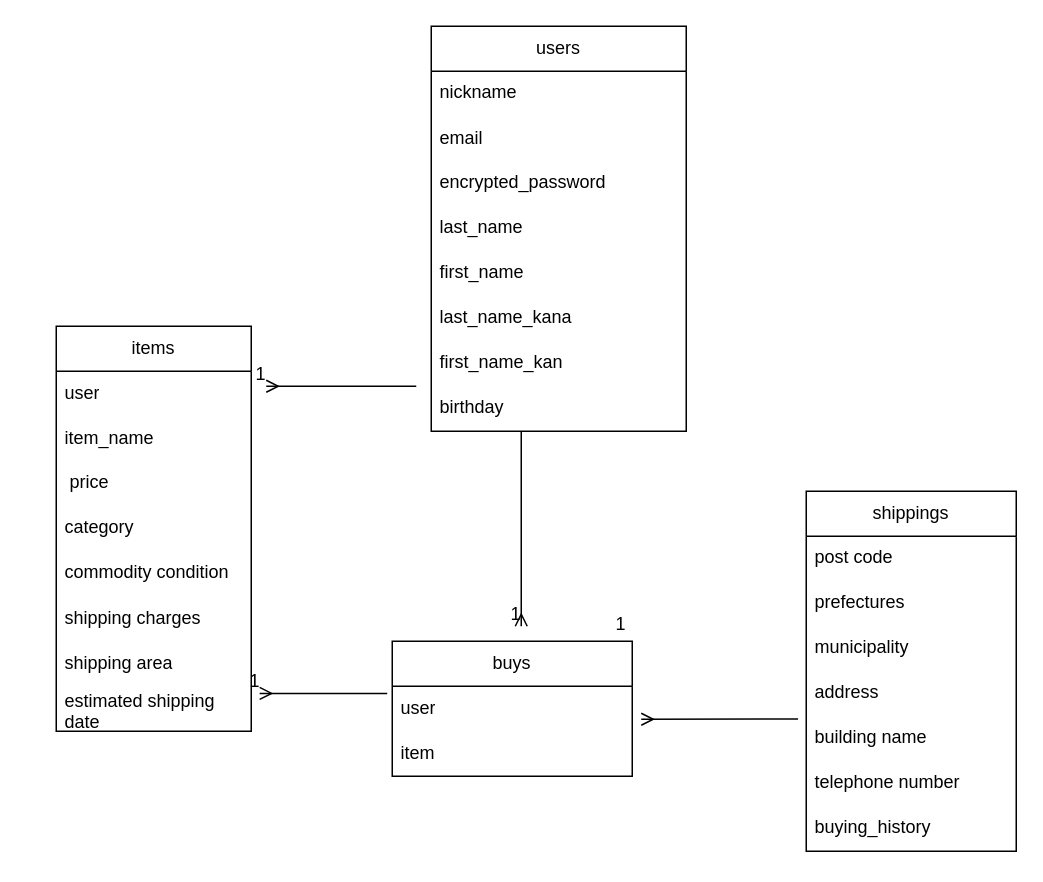
oberiberi/furima-39317 keeps this draw.io diagram as .dio. Above is the earlier version. Source tidied: cells renumbered, new cells numbered last; positions are measured from the earlier drawing's top-left corner, leaving out a move shared by most shapes. Both pictures are drawn from the tidied source at 150%, with x=0, y=0 at pixel (56, 26).
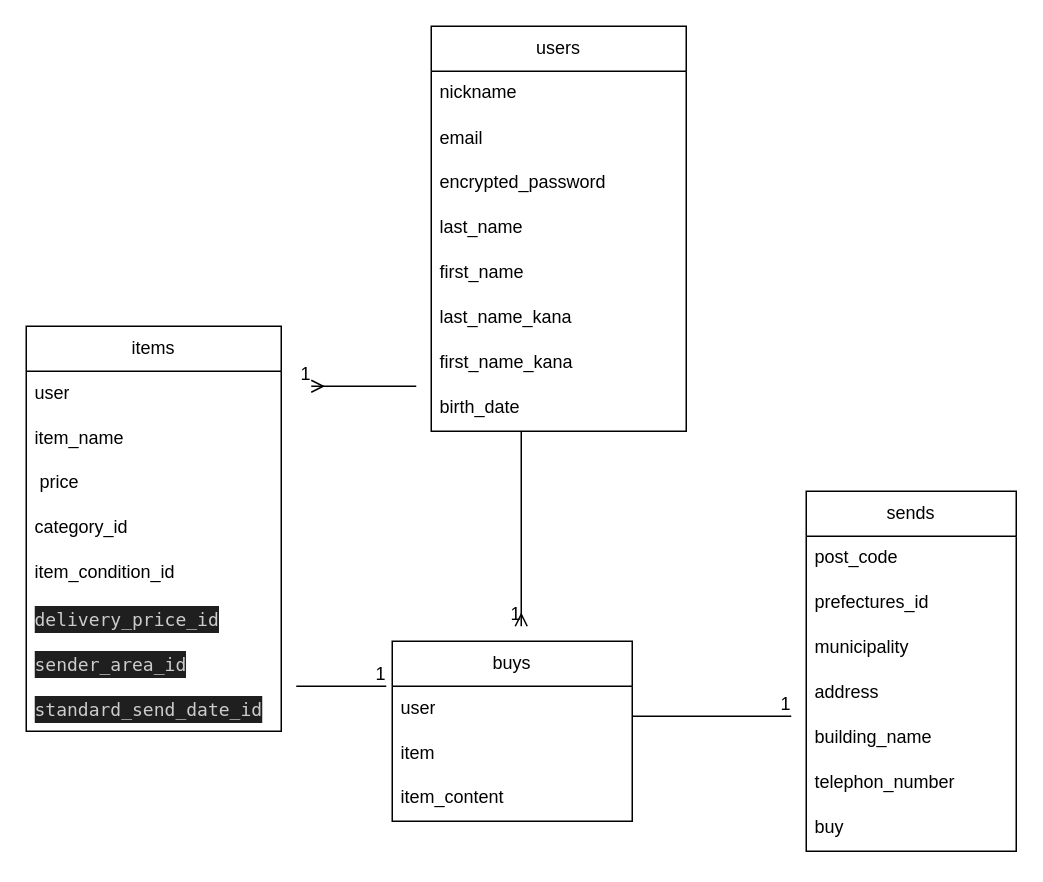
The same page after the edit.

Commit message (it also covers changes not shown here):
データベース設計　修正３

The change refers to these unchanged cells:
```xml
<mxCell id="20" value="users" style="swimlane;fontStyle=0;horizontal=1;startSize=30;whiteSpace=wrap;html=1;" parent="1" vertex="1">
  <mxGeometry x="250" width="170" height="270" as="geometry" />
</mxCell>
<mxCell id="30" value="user" style="text;strokeColor=none;fillColor=none;align=left;verticalAlign=middle;spacingLeft=4;spacingRight=4;overflow=hidden;points=[[0,0.5],[1,0.5]];portConstraint=eastwest;whiteSpace=wrap;html=1;" parent="29" vertex="1">
  <mxGeometry y="30" width="160" height="30" as="geometry" />
</mxCell>
```

What changed in the source:
```diff
@@
-    <mxCell id="2" value="shippings" style="swimlane;fontStyle=0;horizontal=1;startSize=30;whiteSpace=wrap;html=1;" parent="1" vertex="1">
+    <mxCell id="2" value="sends" style="swimlane;fontStyle=0;horizontal=1;startSize=30;whiteSpace=wrap;html=1;" parent="1" vertex="1">
       <mxGeometry x="500" y="310" width="140" height="240" as="geometry" />
     </mxCell>
-    <mxCell id="3" value="post code" style="text;strokeColor=none;fillColor=none;spacingLeft=4;spacingRight=4;overflow=hidden;fontSize=12;" parent="2" vertex="1">
+    <mxCell id="3" value="post_code" style="text;strokeColor=none;fillColor=none;spacingLeft=4;spacingRight=4;overflow=hidden;fontSize=12;" parent="2" vertex="1">
       <mxGeometry y="30" width="140" height="30" as="geometry" />
     </mxCell>
-    <mxCell id="4" value="prefectures" style="text;strokeColor=none;fillColor=none;spacingLeft=4;spacingRight=4;overflow=hidden;fontSize=12;" parent="2" vertex="1">
+    <mxCell id="4" value="prefectures_id" style="text;strokeColor=none;fillColor=none;spacingLeft=4;spacingRight=4;overflow=hidden;fontSize=12;" parent="2" vertex="1">
       <mxGeometry y="60" width="140" height="30" as="geometry" />
     </mxCell>
-    <mxCell id="5" value="municipality " style="text;strokeColor=none;fillColor=none;spacingLeft=4;spacingRight=4;overflow=hidden;fontSize=12;" parent="2" vertex="1">
+    <mxCell id="5" value="municipality" style="text;strokeColor=none;fillColor=none;spacingLeft=4;spacingRight=4;overflow=hidden;fontSize=12;" parent="2" vertex="1">
       <mxGeometry y="90" width="140" height="30" as="geometry" />
     </mxCell>
@@
-    <mxCell id="7" value="building name" style="text;strokeColor=none;fillColor=none;spacingLeft=4;spacingRight=4;overflow=hidden;points=[[0,0.5],[1,0.5]];portConstraint=eastwest;fontSize=12;" parent="2" vertex="1">
+    <mxCell id="7" value="building_name" style="text;strokeColor=none;fillColor=none;spacingLeft=4;spacingRight=4;overflow=hidden;points=[[0,0.5],[1,0.5]];portConstraint=eastwest;fontSize=12;" parent="2" vertex="1">
       <mxGeometry y="150" width="140" height="30" as="geometry" />
     </mxCell>
-    <mxCell id="8" value="telephone number" style="text;strokeColor=none;fillColor=none;spacingLeft=4;spacingRight=4;overflow=hidden;fontSize=12;" parent="2" vertex="1">
+    <mxCell id="8" value=" telephon_number" style="text;strokeColor=none;fillColor=none;spacingLeft=4;spacingRight=4;overflow=hidden;fontSize=12;" parent="2" vertex="1">
       <mxGeometry y="180" width="140" height="30" as="geometry" />
     </mxCell>
-    <mxCell id="9" value="buying_history" style="text;strokeColor=none;fillColor=none;spacingLeft=4;spacingRight=4;overflow=hidden;fontSize=12;" parent="2" vertex="1">
+    <mxCell id="9" value="buy" style="text;strokeColor=none;fillColor=none;spacingLeft=4;spacingRight=4;overflow=hidden;fontSize=12;" parent="2" vertex="1">
       <mxGeometry y="210" width="140" height="30" as="geometry" />
     </mxCell>
@@
     <mxCell id="11" value="items" style="swimlane;fontStyle=0;horizontal=1;startSize=30;whiteSpace=wrap;html=1;" parent="1" vertex="1">
-      <mxGeometry y="200" width="130" height="270" as="geometry" />
+      <mxGeometry x="-20" y="200" width="170" height="270" as="geometry" />
     </mxCell>
     <mxCell id="12" value="user" style="text;strokeColor=none;fillColor=none;align=left;verticalAlign=middle;spacingLeft=4;spacingRight=4;overflow=hidden;whiteSpace=wrap;html=1;" parent="11" vertex="1">
-      <mxGeometry y="30" width="130" height="30" as="geometry" />
+      <mxGeometry y="30" width="170" height="30" as="geometry" />
     </mxCell>
     <mxCell id="13" value="item_name" style="text;strokeColor=none;fillColor=none;align=left;verticalAlign=middle;spacingLeft=4;spacingRight=4;overflow=hidden;whiteSpace=wrap;html=1;" parent="11" vertex="1">
-      <mxGeometry y="60" width="130" height="30" as="geometry" />
+      <mxGeometry y="60" width="170" height="30" as="geometry" />
     </mxCell>
     <mxCell id="14" value=" price" style="text;strokeColor=none;fillColor=none;spacingLeft=4;spacingRight=4;overflow=hidden;fontSize=12;" parent="11" vertex="1">
-      <mxGeometry y="90" width="130" height="30" as="geometry" />
+      <mxGeometry y="90" width="170" height="30" as="geometry" />
     </mxCell>
-    <mxCell id="15" value="category" style="text;strokeColor=none;fillColor=none;spacingLeft=4;spacingRight=4;overflow=hidden;fontSize=12;" parent="11" vertex="1">
-      <mxGeometry y="120" width="130" height="30" as="geometry" />
+    <mxCell id="15" value="category_id" style="text;strokeColor=none;fillColor=none;spacingLeft=4;spacingRight=4;overflow=hidden;fontSize=12;" parent="11" vertex="1">
+      <mxGeometry y="120" width="170" height="30" as="geometry" />
     </mxCell>
-    <mxCell id="16" value="commodity condition" style="text;strokeColor=none;fillColor=none;spacingLeft=4;spacingRight=4;overflow=hidden;fontSize=12;" parent="11" vertex="1">
-      <mxGeometry y="150" width="130" height="30" as="geometry" />
+    <mxCell id="16" value="item_condition_id" style="text;strokeColor=none;fillColor=none;spacingLeft=4;spacingRight=4;overflow=hidden;fontSize=12;" parent="11" vertex="1">
+      <mxGeometry y="150" width="170" height="30" as="geometry" />
     </mxCell>
-    <mxCell id="17" value="shipping charges" style="text;strokeColor=none;fillColor=none;align=left;verticalAlign=middle;spacingLeft=4;spacingRight=4;overflow=hidden;whiteSpace=wrap;html=1;" parent="11" vertex="1">
-      <mxGeometry y="180" width="130" height="30" as="geometry" />
+    <mxCell id="17" value="&lt;div style=&quot;color: rgb(204, 204, 204); background-color: rgb(31, 31, 31); font-family: Menlo, Monaco, &amp;quot;Courier New&amp;quot;, monospace; line-height: 18px;&quot;&gt;delivery_price_id&lt;/div&gt;" style="text;strokeColor=none;fillColor=none;align=left;verticalAlign=middle;spacingLeft=4;spacingRight=4;overflow=hidden;whiteSpace=wrap;html=1;" parent="11" vertex="1">
+      <mxGeometry y="180" width="170" height="30" as="geometry" />
     </mxCell>
-    <mxCell id="18" value="shipping area" style="text;strokeColor=none;fillColor=none;align=left;verticalAlign=middle;spacingLeft=4;spacingRight=4;overflow=hidden;whiteSpace=wrap;html=1;" parent="11" vertex="1">
-      <mxGeometry y="210" width="130" height="30" as="geometry" />
+    <mxCell id="18" value="&lt;div style=&quot;color: rgb(204, 204, 204); background-color: rgb(31, 31, 31); font-family: Menlo, Monaco, &amp;quot;Courier New&amp;quot;, monospace; line-height: 18px;&quot;&gt;sender_area_id&lt;/div&gt;" style="text;strokeColor=none;fillColor=none;align=left;verticalAlign=middle;spacingLeft=4;spacingRight=4;overflow=hidden;whiteSpace=wrap;html=1;" parent="11" vertex="1">
+      <mxGeometry y="210" width="170" height="30" as="geometry" />
     </mxCell>
-    <mxCell id="19" value="estimated shipping date" style="text;strokeColor=none;fillColor=none;align=left;verticalAlign=middle;spacingLeft=4;spacingRight=4;overflow=hidden;points=[[0,0.5],[1,0.5]];portConstraint=eastwest;whiteSpace=wrap;html=1;" parent="11" vertex="1">
-      <mxGeometry y="240" width="130" height="30" as="geometry" />
+    <mxCell id="19" value="&lt;div style=&quot;color: rgb(204, 204, 204); background-color: rgb(31, 31, 31); font-family: Menlo, Monaco, &amp;quot;Courier New&amp;quot;, monospace; line-height: 18px;&quot;&gt;standard_send_date_id&lt;/div&gt;" style="text;strokeColor=none;fillColor=none;align=left;verticalAlign=middle;spacingLeft=4;spacingRight=4;overflow=hidden;points=[[0,0.5],[1,0.5]];portConstraint=eastwest;whiteSpace=wrap;html=1;" parent="11" vertex="1">
+      <mxGeometry y="240" width="170" height="30" as="geometry" />
     </mxCell>
@@
-    <mxCell id="27" value="first_name_kan" style="text;strokeColor=none;fillColor=none;spacingLeft=4;spacingRight=4;overflow=hidden;fontSize=12;" parent="20" vertex="1">
+    <mxCell id="27" value="first_name_kana" style="text;strokeColor=none;fillColor=none;spacingLeft=4;spacingRight=4;overflow=hidden;fontSize=12;" parent="20" vertex="1">
       <mxGeometry y="210" width="170" height="30" as="geometry" />
     </mxCell>
-    <mxCell id="28" value="birthday " style="text;strokeColor=none;fillColor=none;spacingLeft=4;spacingRight=4;overflow=hidden;fontSize=12;" parent="20" vertex="1">
+    <mxCell id="28" value="birth_date" style="text;strokeColor=none;fillColor=none;spacingLeft=4;spacingRight=4;overflow=hidden;fontSize=12;" parent="20" vertex="1">
       <mxGeometry y="240" width="170" height="30" as="geometry" />
     </mxCell>
     <mxCell id="29" value="buys" style="swimlane;fontStyle=0;horizontal=1;startSize=30;whiteSpace=wrap;html=1;" parent="1" vertex="1">
-      <mxGeometry x="224" y="410" width="160" height="90" as="geometry" />
+      <mxGeometry x="224" y="410" width="160" height="120" as="geometry" />
     </mxCell>
@@
+    <mxCell id="40" value="item_content" style="text;strokeColor=none;fillColor=none;spacingLeft=4;spacingRight=4;overflow=hidden;fontSize=12;" parent="29" vertex="1">
+      <mxGeometry y="90" width="160" height="30" as="geometry" />
+    </mxCell>
@@
     <mxCell id="34" style="endArrow=ERmany;html=1;rounded=0;endFill=0;" parent="1" edge="1">
       <mxGeometry relative="1" as="geometry">
         <mxPoint x="240" y="240" as="sourcePoint" />
-        <mxPoint x="140" y="240" as="targetPoint" />
+        <mxPoint x="170" y="240" as="targetPoint" />
       </mxGeometry>
     </mxCell>
@@
-    <mxCell id="36" style="endArrow=ERmany;html=1;rounded=0;endFill=0;exitX=-0.039;exitY=0.06;exitDx=0;exitDy=0;exitPerimeter=0;" parent="1" edge="1" source="7">
-      <mxGeometry relative="1" as="geometry">
-        <mxPoint x="390" y="462" as="targetPoint" />
-      </mxGeometry>
-    </mxCell>
-    <mxCell id="37" value="1" style="html=1;align=right;verticalAlign=bottom;" parent="36" vertex="1">
-      <mxGeometry x="1" relative="1" as="geometry">
-        <mxPoint x="-10" y="-55" as="offset" />
-      </mxGeometry>
-    </mxCell>
-    <mxCell id="38" style="endArrow=ERmany;html=1;rounded=0;exitX=-0.021;exitY=0.16;exitDx=0;exitDy=0;exitPerimeter=0;endFill=0;entryX=1.043;entryY=0.16;entryDx=0;entryDy=0;entryPerimeter=0;" parent="1" edge="1" source="30" target="19">
-      <mxGeometry relative="1" as="geometry" />
-    </mxCell>
-    <mxCell id="39" value="1" style="html=1;align=right;verticalAlign=bottom;" parent="38" vertex="1">
-      <mxGeometry x="1" relative="1" as="geometry" />
-    </mxCell>
+    <mxCell id="41" style="endArrow=none;html=1;rounded=0;" parent="1" edge="1">
+      <mxGeometry relative="1" as="geometry">
+        <mxPoint x="384" y="460" as="sourcePoint" />
+        <mxPoint x="490" y="460" as="targetPoint" />
+      </mxGeometry>
+    </mxCell>
+    <mxCell id="42" value="1" style="html=1;align=right;verticalAlign=bottom;" parent="41" vertex="1">
+      <mxGeometry x="1" relative="1" as="geometry" />
+    </mxCell>
+    <mxCell id="43" style="endArrow=none;html=1;rounded=0;" parent="1" edge="1">
+      <mxGeometry relative="1" as="geometry">
+        <mxPoint x="160" y="440" as="sourcePoint" />
+        <mxPoint x="220" y="440" as="targetPoint" />
+        <Array as="points">
+          <mxPoint x="190" y="440" />
+        </Array>
+      </mxGeometry>
+    </mxCell>
+    <mxCell id="44" value="1" style="html=1;align=right;verticalAlign=bottom;" parent="43" vertex="1">
+      <mxGeometry x="1" relative="1" as="geometry" />
+    </mxCell>
```
